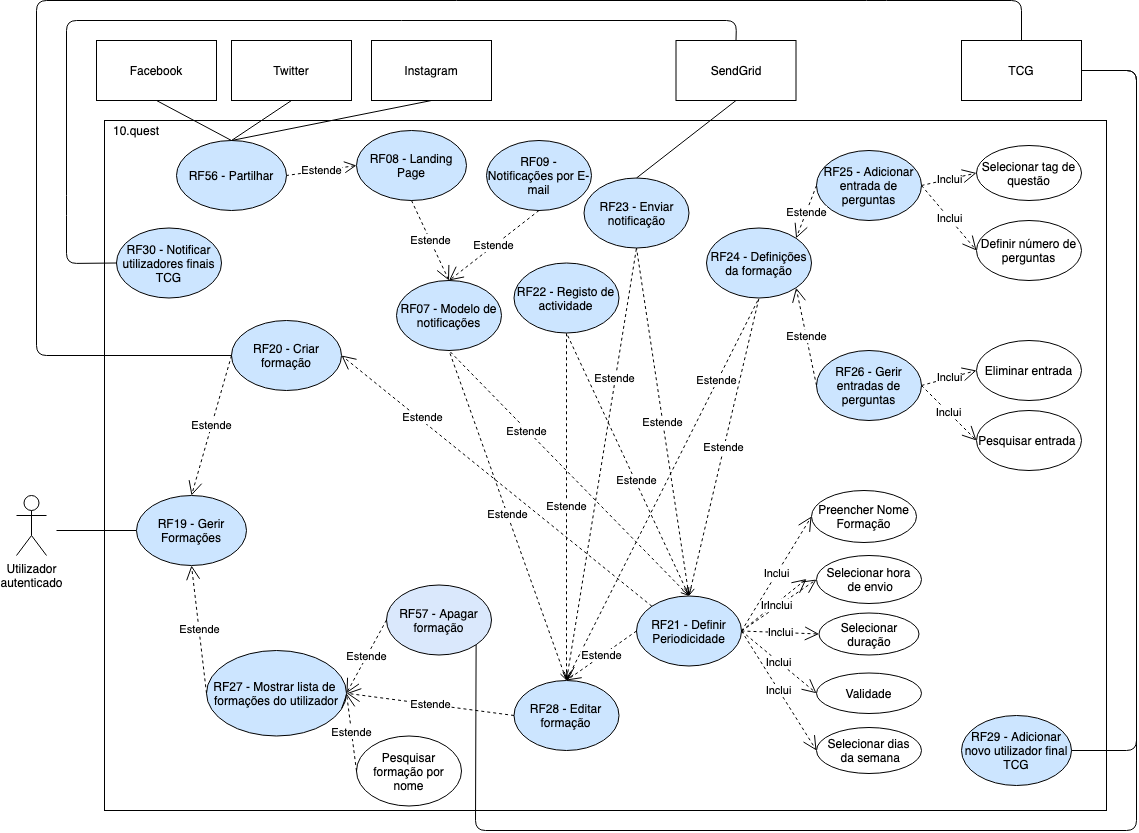
Earlier version of the draw.io export img/rf/gerir-formacoes.png (BrunoGrifo/Tese). Source tidied: cells renumbered, new cells last; positions are measured from the earlier drawing's top-left corner, leaving out a move shared by most shapes.
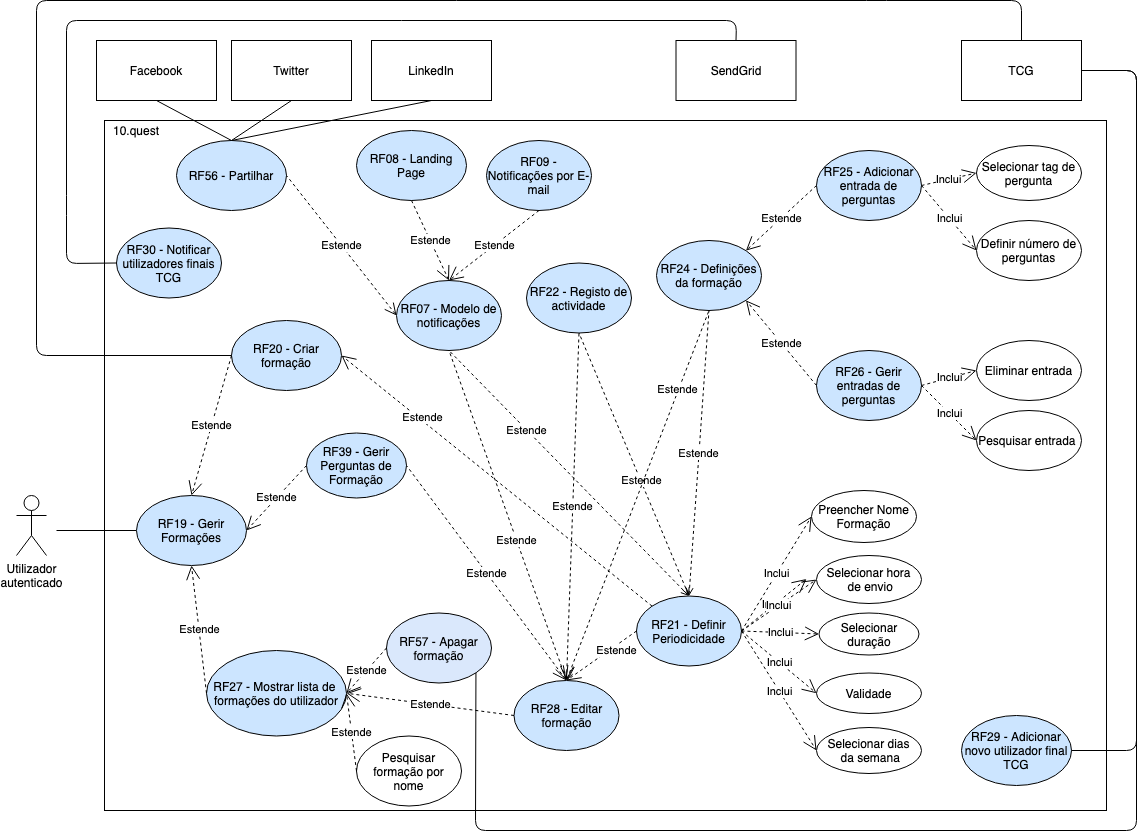
After the change.

What changed in the source:
```diff
@@ -29,7 +29,7 @@
       <mxGeometry x="190" y="650" width="140" height="85.5" as="geometry" />
     </mxCell>
     <mxCell id="10" value="RF57 - Apagar formação" style="ellipse;whiteSpace=wrap;html=1;fillColor=#dae8fc;strokeColor=#000000;" parent="1" vertex="1">
-      <mxGeometry x="370" y="584.5" width="105" height="70" as="geometry" />
+      <mxGeometry x="370" y="612.5" width="105" height="70" as="geometry" />
     </mxCell>
     <mxCell id="11" value="RF28 - Editar formação" style="ellipse;whiteSpace=wrap;html=1;fillColor=#CCE5FF;" parent="1" vertex="1">
       <mxGeometry x="497.5" y="680" width="105" height="70" as="geometry" />
@@ -56,7 +56,7 @@
       <mxGeometry x="802.5" y="612.5" width="100" height="42" as="geometry" />
     </mxCell>
     <mxCell id="19" value="RF24 - Definições da formação" style="ellipse;whiteSpace=wrap;html=1;fillColor=#CCE5FF;" parent="1" vertex="1">
-      <mxGeometry x="690" y="227.5" width="105" height="70" as="geometry" />
+      <mxGeometry x="640" y="240" width="105" height="70" as="geometry" />
     </mxCell>
     <mxCell id="20" value="RF07 - Modelo de notificações" style="ellipse;whiteSpace=wrap;html=1;fillColor=#CCE5FF;" parent="1" vertex="1">
       <mxGeometry x="380" y="280" width="105" height="70" as="geometry" />
@@ -76,22 +76,16 @@
     <mxCell id="25" value="RF26 - Gerir entradas de perguntas" style="ellipse;whiteSpace=wrap;html=1;fillColor=#CCE5FF;" parent="1" vertex="1">
       <mxGeometry x="800" y="350" width="105" height="70" as="geometry" />
     </mxCell>
-    <mxCell id="26" value="RF23 - Enviar notificação" style="ellipse;whiteSpace=wrap;html=1;fillColor=#CCE5FF;" parent="1" vertex="1">
-      <mxGeometry x="567.5" y="177.5" width="105" height="70" as="geometry" />
-    </mxCell>
     <mxCell id="27" value="RF22 - Registo de actividade" style="ellipse;whiteSpace=wrap;html=1;fillColor=#CCE5FF;" parent="1" vertex="1">
-      <mxGeometry x="497.5" y="262.5" width="105" height="70" as="geometry" />
+      <mxGeometry x="510" y="262.5" width="105" height="70" as="geometry" />
     </mxCell>
     <mxCell id="28" value="Estende" style="endArrow=none;endSize=12;dashed=1;html=1;entryX=0.5;entryY=1;entryDx=0;entryDy=0;exitX=0.5;exitY=0;exitDx=0;exitDy=0;startArrow=open;startFill=0;endFill=0;" parent="1" edge="1" source="13" target="27">
       <mxGeometry x="-0.13" y="-1" relative="1" as="geometry" />
     </mxCell>
-    <mxCell id="29" value="Estende" style="endArrow=none;endSize=12;dashed=1;html=1;entryX=0.5;entryY=1;entryDx=0;entryDy=0;exitX=0.5;exitY=0;exitDx=0;exitDy=0;startArrow=open;startFill=0;endFill=0;" parent="1" edge="1" source="13" target="26">
-      <mxGeometry relative="1" as="geometry" />
-    </mxCell>
     <mxCell id="30" value="Definir número de perguntas" style="ellipse;whiteSpace=wrap;html=1;" parent="1" vertex="1">
       <mxGeometry x="960" y="220" width="105" height="60" as="geometry" />
     </mxCell>
-    <mxCell id="31" value="Selecionar tag de questão" style="ellipse;whiteSpace=wrap;html=1;" parent="1" vertex="1">
+    <mxCell id="31" value="Selecionar tag de pergunta" style="ellipse;whiteSpace=wrap;html=1;" parent="1" vertex="1">
       <mxGeometry x="960" y="145" width="105" height="55" as="geometry" />
     </mxCell>
     <mxCell id="32" value="Eliminar entrada" style="ellipse;whiteSpace=wrap;html=1;" parent="1" vertex="1">
@@ -100,17 +94,14 @@
     <mxCell id="33" value="Pesquisar entrada&amp;nbsp;" style="ellipse;whiteSpace=wrap;html=1;" parent="1" vertex="1">
       <mxGeometry x="960" y="410" width="105" height="60" as="geometry" />
     </mxCell>
-    <mxCell id="34" value="Estende" style="endArrow=none;endSize=12;dashed=1;html=1;entryX=0.5;entryY=1;entryDx=0;entryDy=0;endFill=0;startArrow=open;startFill=0;" parent="1" edge="1" target="20">
-      <mxGeometry relative="1" as="geometry">
+    <mxCell id="34" value="Estende" style="endArrow=none;endSize=12;dashed=1;html=1;entryX=0.5;entryY=1;entryDx=0;entryDy=0;endFill=0;startArrow=open;startFill=0;startSize=12;" parent="1" edge="1" target="20">
+      <mxGeometry x="-0.15" relative="1" as="geometry">
         <mxPoint x="550" y="680" as="sourcePoint" />
       </mxGeometry>
     </mxCell>
-    <mxCell id="35" value="Estende" style="endArrow=none;endSize=12;dashed=1;html=1;exitX=0.5;exitY=0;exitDx=0;exitDy=0;entryX=0.5;entryY=1;entryDx=0;entryDy=0;startArrow=open;startFill=0;endFill=0;" parent="1" edge="1" source="11" target="27">
+    <mxCell id="35" value="Estende" style="endArrow=none;endSize=12;dashed=1;html=1;exitX=0.5;exitY=0;exitDx=0;exitDy=0;entryX=0.5;entryY=1;entryDx=0;entryDy=0;startArrow=open;startFill=0;endFill=0;startSize=12;" parent="1" edge="1" source="11" target="27">
       <mxGeometry relative="1" as="geometry" />
     </mxCell>
-    <mxCell id="36" value="Estende" style="endArrow=none;endSize=12;dashed=1;html=1;entryX=0.5;entryY=1;entryDx=0;entryDy=0;exitX=0.5;exitY=0;exitDx=0;exitDy=0;endFill=0;startArrow=open;startFill=0;" parent="1" edge="1" source="11" target="26">
-      <mxGeometry x="0.39" y="1" relative="1" as="geometry" />
-    </mxCell>
     <mxCell id="37" value="Estende" style="endArrow=none;endSize=12;dashed=1;html=1;entryX=0.5;entryY=1;entryDx=0;entryDy=0;exitX=0.5;exitY=0;exitDx=0;exitDy=0;startArrow=open;startFill=0;endFill=0;" parent="1" edge="1" source="11" target="19">
       <mxGeometry x="0.57" y="1" relative="1" as="geometry" />
     </mxCell>
@@ -131,9 +122,6 @@
         </Array>
       </mxGeometry>
     </mxCell>
-    <mxCell id="42" style="endArrow=none;html=1;entryX=0.5;entryY=0;entryDx=0;entryDy=0;exitX=0.5;exitY=1;exitDx=0;exitDy=0;" parent="1" edge="1" source="38" target="26">
-      <mxGeometry relative="1" as="geometry" />
-    </mxCell>
     <mxCell id="43" style="endArrow=none;html=1;entryX=1;entryY=1;entryDx=0;entryDy=0;exitX=1;exitY=0.5;exitDx=0;exitDy=0;" parent="1" edge="1" source="40" target="10">
       <mxGeometry relative="1" as="geometry">
         <Array as="points">
@@ -205,7 +193,9 @@
       <mxGeometry relative="1" as="geometry" />
     </mxCell>
     <mxCell id="59" value="Estende" style="endArrow=open;endSize=12;dashed=1;html=1;entryX=0.5;entryY=0;entryDx=0;entryDy=0;exitX=0;exitY=0.5;exitDx=0;exitDy=0;" parent="1" edge="1" source="13" target="11">
-      <mxGeometry relative="1" as="geometry" />
+      <mxGeometry x="-0.36" y="4" relative="1" as="geometry">
+        <mxPoint x="1" as="offset" />
+      </mxGeometry>
     </mxCell>
     <mxCell id="60" value="Estende" style="endArrow=open;endSize=12;dashed=1;html=1;entryX=1;entryY=0.5;entryDx=0;entryDy=0;exitX=0;exitY=0.5;exitDx=0;exitDy=0;" parent="1" edge="1" source="10" target="9">
       <mxGeometry relative="1" as="geometry" />
@@ -240,7 +230,7 @@
     <mxCell id="70" value="Twitter" style="rounded=0;whiteSpace=wrap;html=1;" parent="1" vertex="1">
       <mxGeometry x="215" y="40" width="120" height="60" as="geometry" />
     </mxCell>
-    <mxCell id="71" value="Instagram" style="rounded=0;whiteSpace=wrap;html=1;" parent="1" vertex="1">
+    <mxCell id="71" value="LinkedIn" style="rounded=0;whiteSpace=wrap;html=1;" parent="1" vertex="1">
       <mxGeometry x="355" y="40" width="120" height="60" as="geometry" />
     </mxCell>
     <mxCell id="72" style="endArrow=none;html=1;exitX=0.5;exitY=1;exitDx=0;exitDy=0;entryX=0.5;entryY=0;entryDx=0;entryDy=0;" parent="1" edge="1" source="70" target="68">
@@ -252,8 +242,19 @@
     <mxCell id="74" style="endArrow=none;html=1;entryX=0.5;entryY=0;entryDx=0;entryDy=0;exitX=0.5;exitY=1;exitDx=0;exitDy=0;" parent="1" edge="1" source="69" target="68">
       <mxGeometry relative="1" as="geometry" />
     </mxCell>
-    <mxCell id="75" value="Estende" style="endArrow=none;endSize=12;dashed=1;html=1;entryX=1;entryY=0.5;entryDx=0;entryDy=0;exitX=0;exitY=0.5;exitDx=0;exitDy=0;startArrow=open;startFill=0;endFill=0;startSize=10;" parent="1" edge="1" source="7" target="68">
+    <mxCell id="75" value="Estende" style="endArrow=none;endSize=12;dashed=1;html=1;entryX=1;entryY=0.5;entryDx=0;entryDy=0;exitX=0;exitY=0.5;exitDx=0;exitDy=0;startArrow=open;startFill=0;endFill=0;startSize=10;" parent="1" edge="1" source="20" target="68">
       <mxGeometry relative="1" as="geometry" />
     </mxCell>
+    <mxCell id="76" value="RF39 - Gerir&lt;br&gt;Perguntas de Formação" style="ellipse;whiteSpace=wrap;html=1;fillColor=#CCE5FF;" parent="1" vertex="1">
+      <mxGeometry x="290" y="432.5" width="100" height="65" as="geometry" />
+    </mxCell>
+    <mxCell id="77" value="Estende" style="endArrow=open;endSize=12;dashed=1;html=1;entryX=1;entryY=0.5;entryDx=0;entryDy=0;exitX=0;exitY=0.5;exitDx=0;exitDy=0;" parent="1" edge="1" source="76" target="8">
+      <mxGeometry relative="1" as="geometry" />
+    </mxCell>
+    <mxCell id="78" value="Estende" style="endArrow=none;endSize=12;dashed=1;html=1;entryX=1;entryY=0.5;entryDx=0;entryDy=0;endFill=0;startArrow=open;startFill=0;startSize=12;" parent="1" edge="1" target="76">
+      <mxGeometry relative="1" as="geometry">
+        <mxPoint x="550" y="680" as="sourcePoint" />
+      </mxGeometry>
+    </mxCell>
   </root>
 </mxGraphModel>
```
